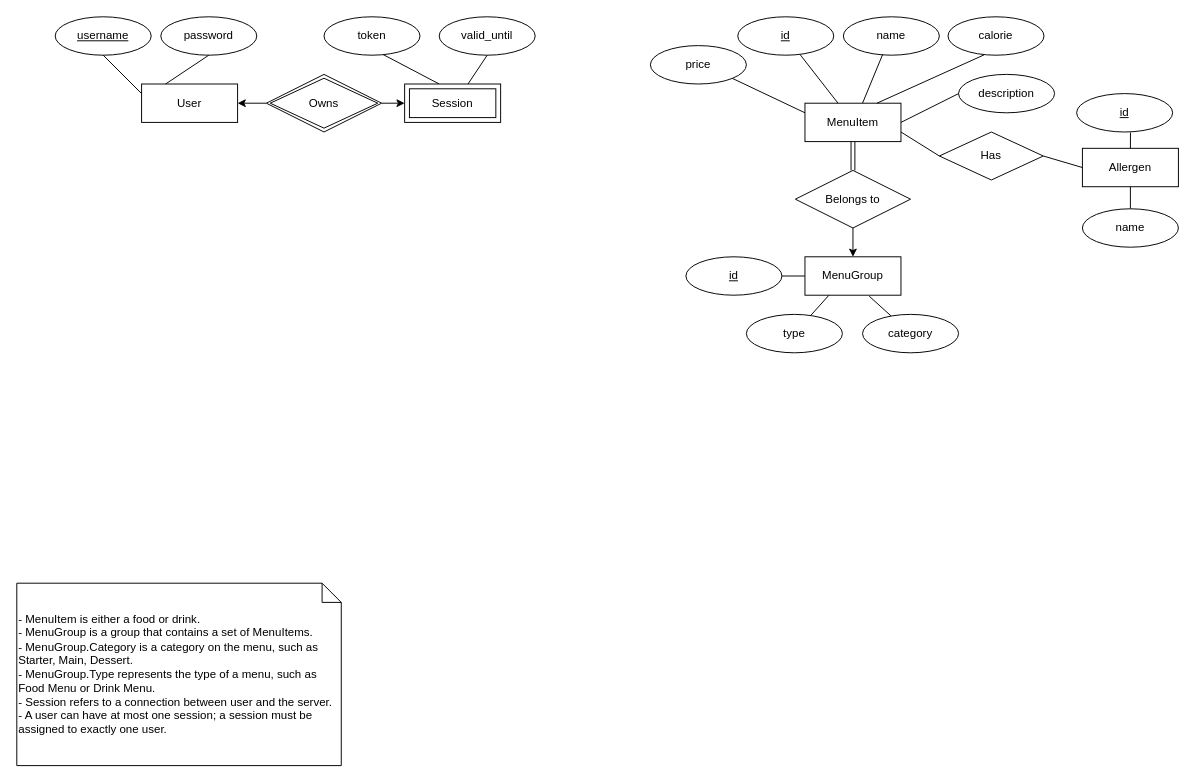
This is doc/backend/database-design/ER-diagram.drawio from Spencer-Georgiou/Uni-Y2-Team, a draw.io file, before an edit. Source tidied: cells renumbered, new cells numbered last; positions are measured from the earlier drawing's top-left corner, leaving out a move shared by most shapes. Both pictures are drawn from the tidied source at 96%, with x=0, y=0 at pixel (16, 16).
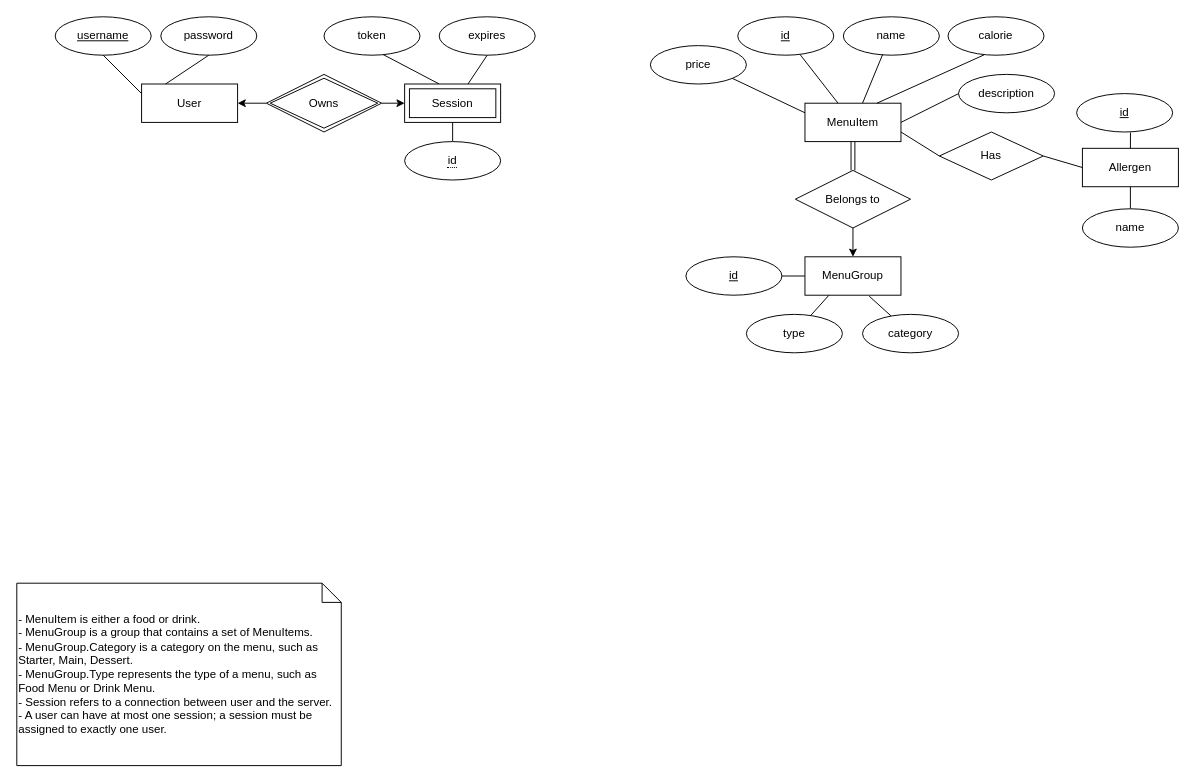
After the change.

The change refers to these unchanged cells:
```xml
<mxCell id="8" value="Session" style="shape=ext;margin=3;double=1;whiteSpace=wrap;html=1;align=center;" parent="1" vertex="1">
  <mxGeometry x="404" y="70" width="100" height="40" as="geometry" />
</mxCell>
```

What changed in the source:
```diff
@@
-    <mxCell id="9" value="valid_until" style="ellipse;whiteSpace=wrap;html=1;align=center;" parent="1" vertex="1">
+    <mxCell id="9" value="expires" style="ellipse;whiteSpace=wrap;html=1;align=center;" parent="1" vertex="1">
       <mxGeometry x="440" width="100" height="40" as="geometry" />
     </mxCell>
@@
+    <mxCell id="45" style="edgeStyle=none;html=1;entryX=0.5;entryY=1;entryDx=0;entryDy=0;endArrow=none;endFill=0;" parent="1" edge="1" source="46" target="8">
+      <mxGeometry relative="1" as="geometry" />
+    </mxCell>
+    <mxCell id="46" value="&lt;span style=&quot;border-bottom: 1px dotted&quot;&gt;id&lt;/span&gt;" style="ellipse;whiteSpace=wrap;html=1;align=center;" parent="1" vertex="1">
+      <mxGeometry x="404" y="130" width="100" height="40" as="geometry" />
+    </mxCell>
```
